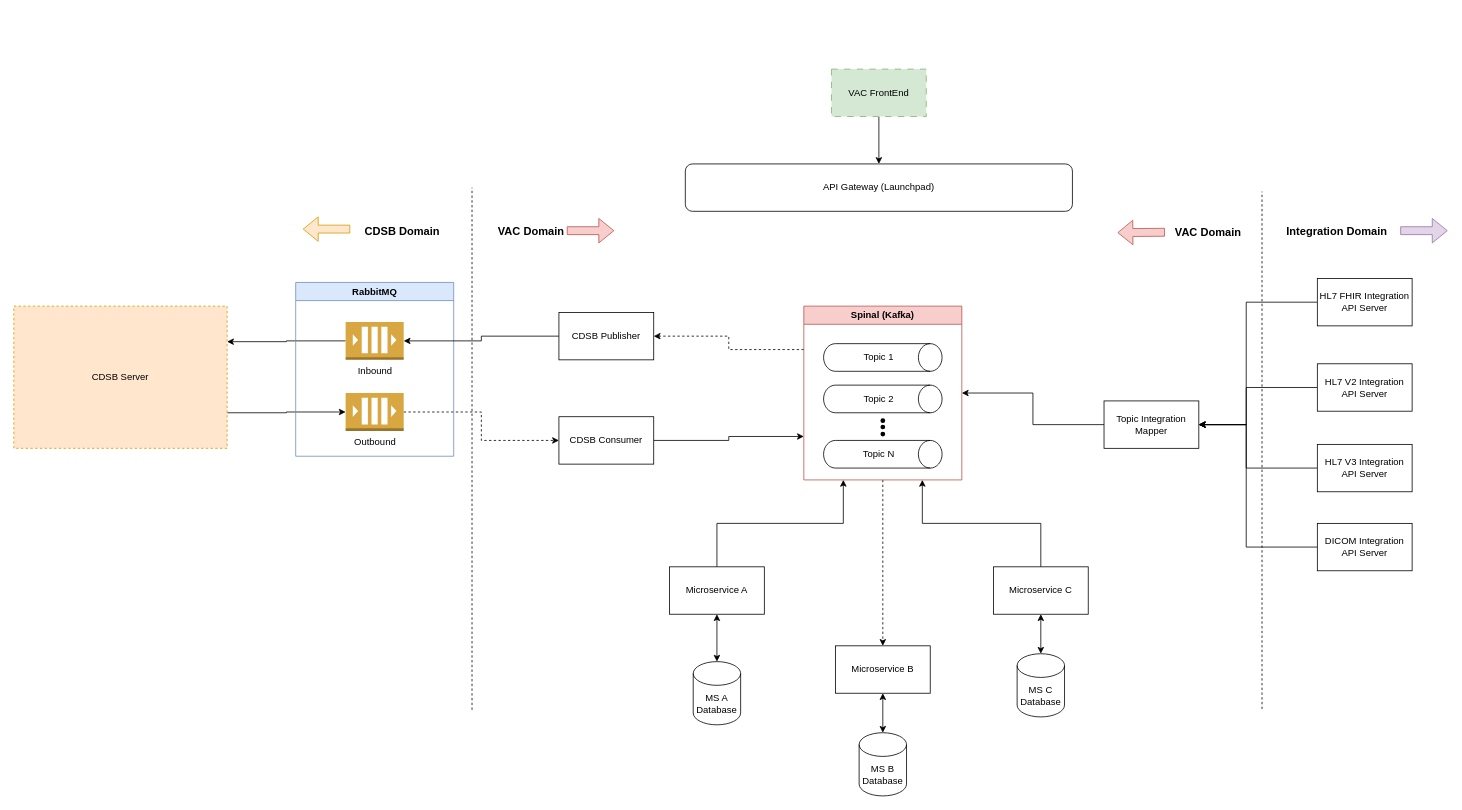
This is VAC NextGen.drawio from ez-philips/draw_io_diagrams, a draw.io file, before an edit. Source tidied: cells renumbered, new cells numbered last; positions are measured from the earlier drawing's top-left corner, leaving out a move shared by most shapes. Both pictures are drawn from the tidied source at 79%, with x=0, y=0 at pixel (13, 69).
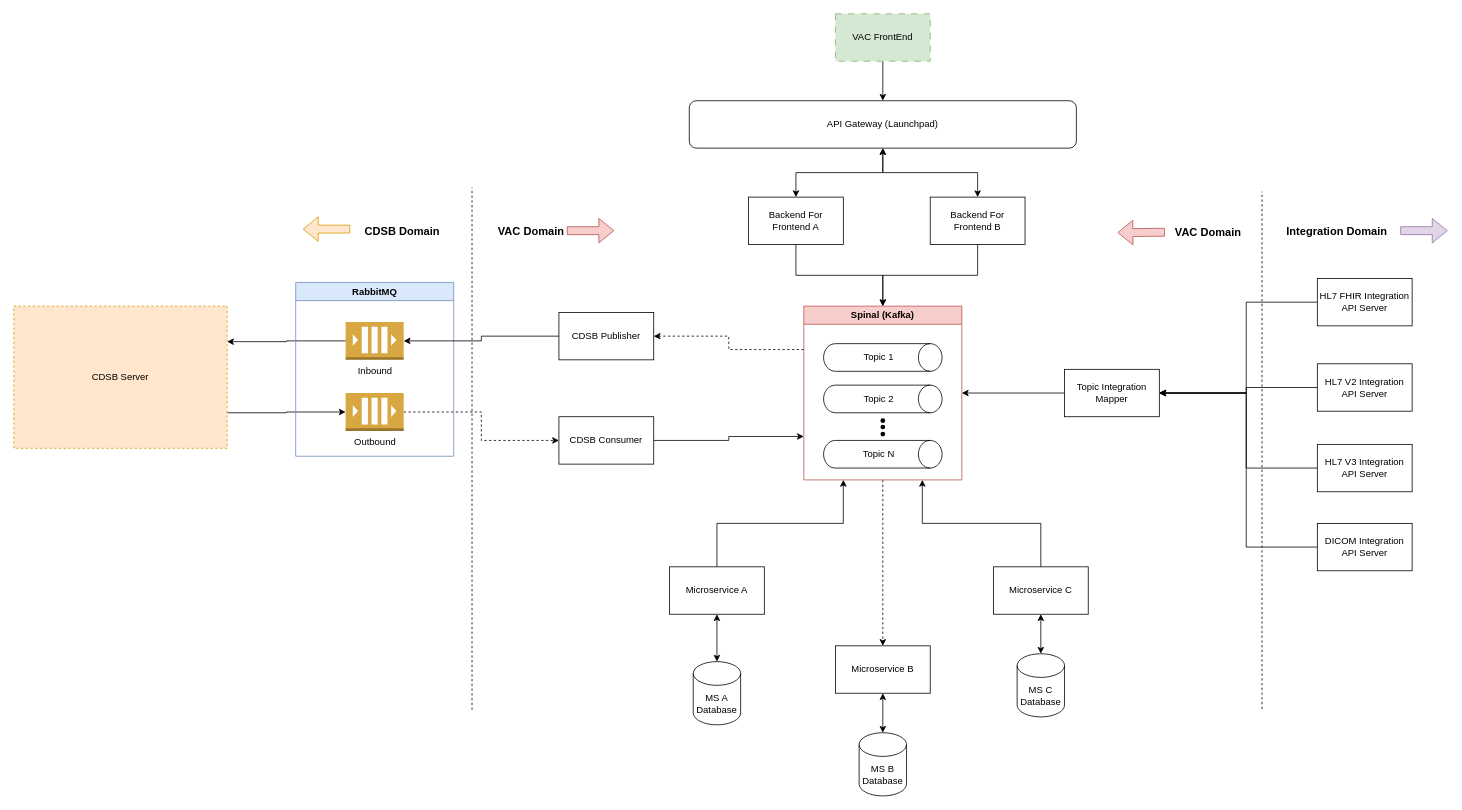
The same diagram, later.

Unchanged cells that the change refers to:
```xml
<mxCell id="19" value="Spinal (Kafka)" style="swimlane;whiteSpace=wrap;html=1;fillColor=#f8cecc;strokeColor=#b85450;" parent="1" vertex="1">
  <mxGeometry x="1000" y="300" width="200" height="220" as="geometry" />
</mxCell>
<mxCell id="56" value="HL7 FHIR Integration API Server" style="rounded=0;whiteSpace=wrap;html=1;" parent="1" vertex="1">
  <mxGeometry x="1650" y="265" width="120" height="60" as="geometry" />
</mxCell>
<mxCell id="58" value="HL7 V2 Integration API Server" style="rounded=0;whiteSpace=wrap;html=1;" parent="1" vertex="1">
  <mxGeometry x="1650" y="373" width="120" height="60" as="geometry" />
</mxCell>
<mxCell id="60" value="HL7 V3 Integration API Server" style="rounded=0;whiteSpace=wrap;html=1;" parent="1" vertex="1">
  <mxGeometry x="1650" y="475" width="120" height="60" as="geometry" />
</mxCell>
<mxCell id="62" value="DICOM Integration API Server" style="rounded=0;whiteSpace=wrap;html=1;" parent="1" vertex="1">
  <mxGeometry x="1650" y="575" width="120" height="60" as="geometry" />
</mxCell>
```

Change to the diagram source:
```diff
@@
     <mxCell id="3" value="VAC FrontEnd" style="rounded=0;whiteSpace=wrap;html=1;dashed=1;dashPattern=8 8;fillColor=#d5e8d4;strokeColor=#82b366;" parent="1" vertex="1">
-      <mxGeometry x="1035" width="120" height="60" as="geometry" />
+      <mxGeometry x="1040" y="-70" width="120" height="60" as="geometry" />
     </mxCell>
+    <mxCell id="65" style="edgeStyle=orthogonalEdgeStyle;rounded=0;jettySize=auto;html=1;entryX=0.5;entryY=0;entryDx=0;entryDy=0;startArrow=classic;startFill=1;" parent="1" edge="1" source="4" target="67">
+      <mxGeometry relative="1" as="geometry" />
+    </mxCell>
     <mxCell id="4" value="API Gateway (Launchpad)" style="rounded=1;whiteSpace=wrap;html=1;" parent="1" vertex="1">
-      <mxGeometry x="850" y="120" width="490" height="60" as="geometry" />
+      <mxGeometry x="855" y="40" width="490" height="60" as="geometry" />
     </mxCell>
@@
     <mxCell id="55" style="edgeStyle=orthogonalEdgeStyle;rounded=0;jettySize=auto;html=1;entryX=1;entryY=0.5;entryDx=0;entryDy=0;" parent="1" edge="1" source="56" target="64">
       <mxGeometry relative="1" as="geometry">
         <Array as="points">
           <mxPoint x="1560" y="295" />
-          <mxPoint x="1560" y="450" />
+          <mxPoint x="1560" y="410" />
         </Array>
       </mxGeometry>
     </mxCell>
@@
     <mxCell id="57" style="edgeStyle=orthogonalEdgeStyle;rounded=0;jettySize=auto;html=1;entryX=1;entryY=0.5;entryDx=0;entryDy=0;" parent="1" edge="1" source="58" target="64">
       <mxGeometry relative="1" as="geometry">
         <Array as="points">
           <mxPoint x="1560" y="403" />
-          <mxPoint x="1560" y="450" />
+          <mxPoint x="1560" y="410" />
         </Array>
       </mxGeometry>
     </mxCell>
@@
     <mxCell id="59" style="edgeStyle=orthogonalEdgeStyle;rounded=0;jettySize=auto;html=1;entryX=1;entryY=0.5;entryDx=0;entryDy=0;" parent="1" edge="1" source="60" target="64">
       <mxGeometry relative="1" as="geometry">
         <Array as="points">
           <mxPoint x="1560" y="505" />
-          <mxPoint x="1560" y="450" />
+          <mxPoint x="1560" y="410" />
         </Array>
       </mxGeometry>
     </mxCell>
@@
     <mxCell id="61" style="edgeStyle=orthogonalEdgeStyle;rounded=0;jettySize=auto;html=1;entryX=1;entryY=0.5;entryDx=0;entryDy=0;" parent="1" edge="1" source="62" target="64">
       <mxGeometry relative="1" as="geometry">
         <Array as="points">
           <mxPoint x="1560" y="605" />
-          <mxPoint x="1560" y="450" />
+          <mxPoint x="1560" y="410" />
         </Array>
       </mxGeometry>
     </mxCell>
@@
     <mxCell id="64" value="Topic Integration Mapper&lt;br&gt;" style="rounded=0;whiteSpace=wrap;html=1;" parent="1" vertex="1">
-      <mxGeometry x="1380" y="420" width="120" height="60" as="geometry" />
+      <mxGeometry x="1330" y="380" width="120" height="60" as="geometry" />
     </mxCell>
+    <mxCell id="66" style="edgeStyle=orthogonalEdgeStyle;rounded=0;jettySize=auto;html=1;entryX=0.5;entryY=0;entryDx=0;entryDy=0;" parent="1" edge="1" source="67" target="19">
+      <mxGeometry relative="1" as="geometry" />
+    </mxCell>
+    <mxCell id="67" value="Backend For Frontend A" style="rounded=0;whiteSpace=wrap;html=1;" parent="1" vertex="1">
+      <mxGeometry x="930" y="162" width="120" height="60" as="geometry" />
+    </mxCell>
+    <mxCell id="68" style="edgeStyle=orthogonalEdgeStyle;rounded=0;jettySize=auto;html=1;entryX=0.5;entryY=1;entryDx=0;entryDy=0;startArrow=classic;startFill=1;" parent="1" edge="1" source="70" target="4">
+      <mxGeometry relative="1" as="geometry" />
+    </mxCell>
+    <mxCell id="69" style="edgeStyle=orthogonalEdgeStyle;rounded=0;jettySize=auto;html=1;entryX=0.5;entryY=0;entryDx=0;entryDy=0;" parent="1" edge="1" source="70" target="19">
+      <mxGeometry relative="1" as="geometry" />
+    </mxCell>
+    <mxCell id="70" value="Backend For Frontend B" style="rounded=0;whiteSpace=wrap;html=1;" parent="1" vertex="1">
+      <mxGeometry x="1160" y="162" width="120" height="60" as="geometry" />
+    </mxCell>
```
